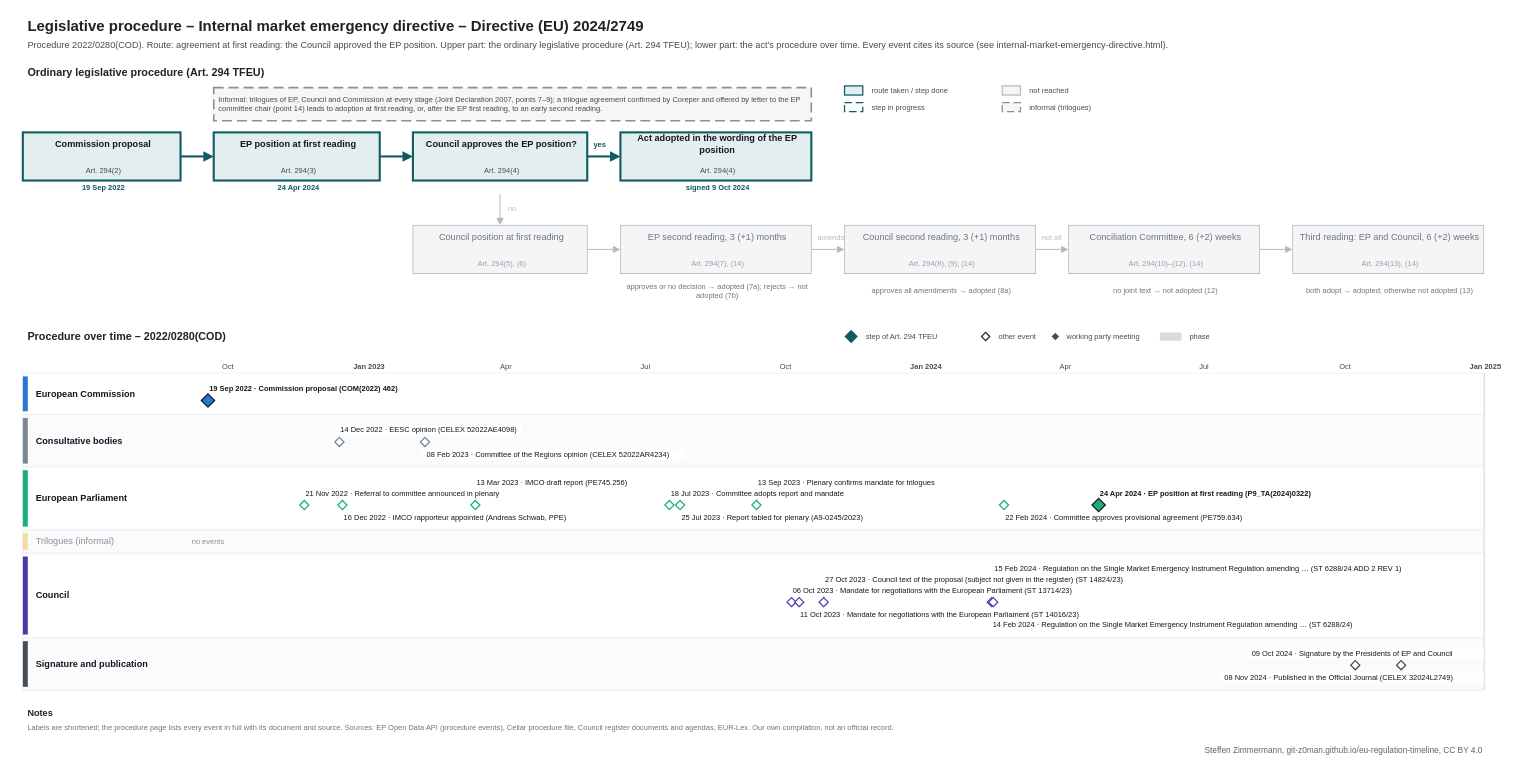
The draw.io diagram procedures/internal-market-emergency-directive.drawio in git-z0man/eu-regulation-timeline, before the edit. Source tidied: cells renumbered, new cells numbered last; positions are measured from the earlier drawing's top-left corner, leaving out a move shared by most shapes. Both pictures are drawn from the tidied source at 83%, with x=0, y=0 at pixel (14, 14).
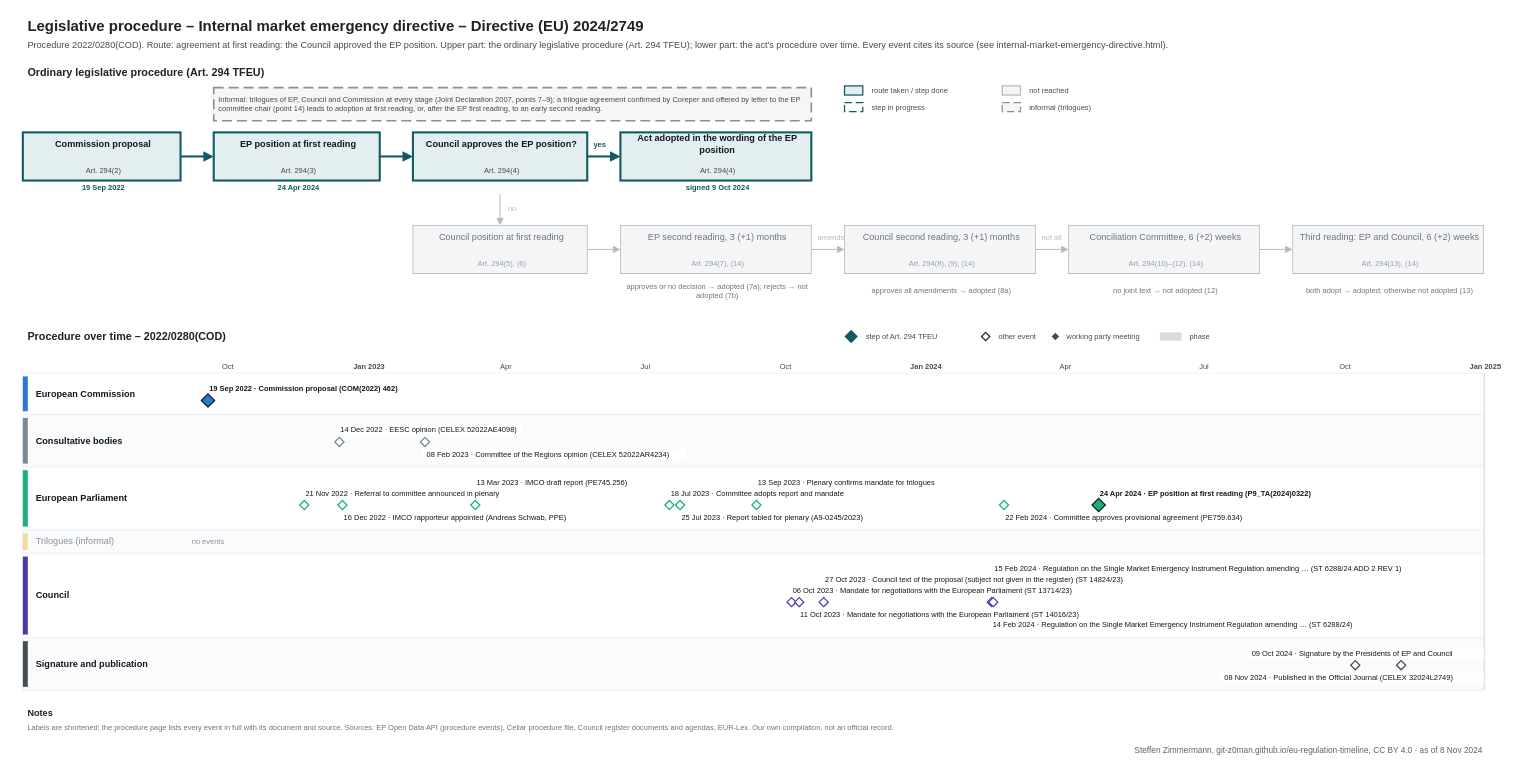
After the change.

Diff of the diagram source:
```diff
@@
-    <mxCell id="171" value="Steffen Zimmermann, git-z0man.github.io/eu-regulation-timeline, CC BY 4.0" style="text;html=1;fontSize=10;fontColor=#5b646b;align=right;verticalAlign=middle;spacingLeft=4;" parent="1" vertex="1">
+    <mxCell id="171" value="Steffen Zimmermann, git-z0man.github.io/eu-regulation-timeline, CC BY 4.0 · as of 8 Nov 2024" style="text;html=1;fontSize=10;fontColor=#5b646b;align=right;verticalAlign=middle;spacingLeft=4;" parent="1" vertex="1">
       <mxGeometry x="10" y="878" width="1760" height="16" as="geometry" />
     </mxCell>
```
